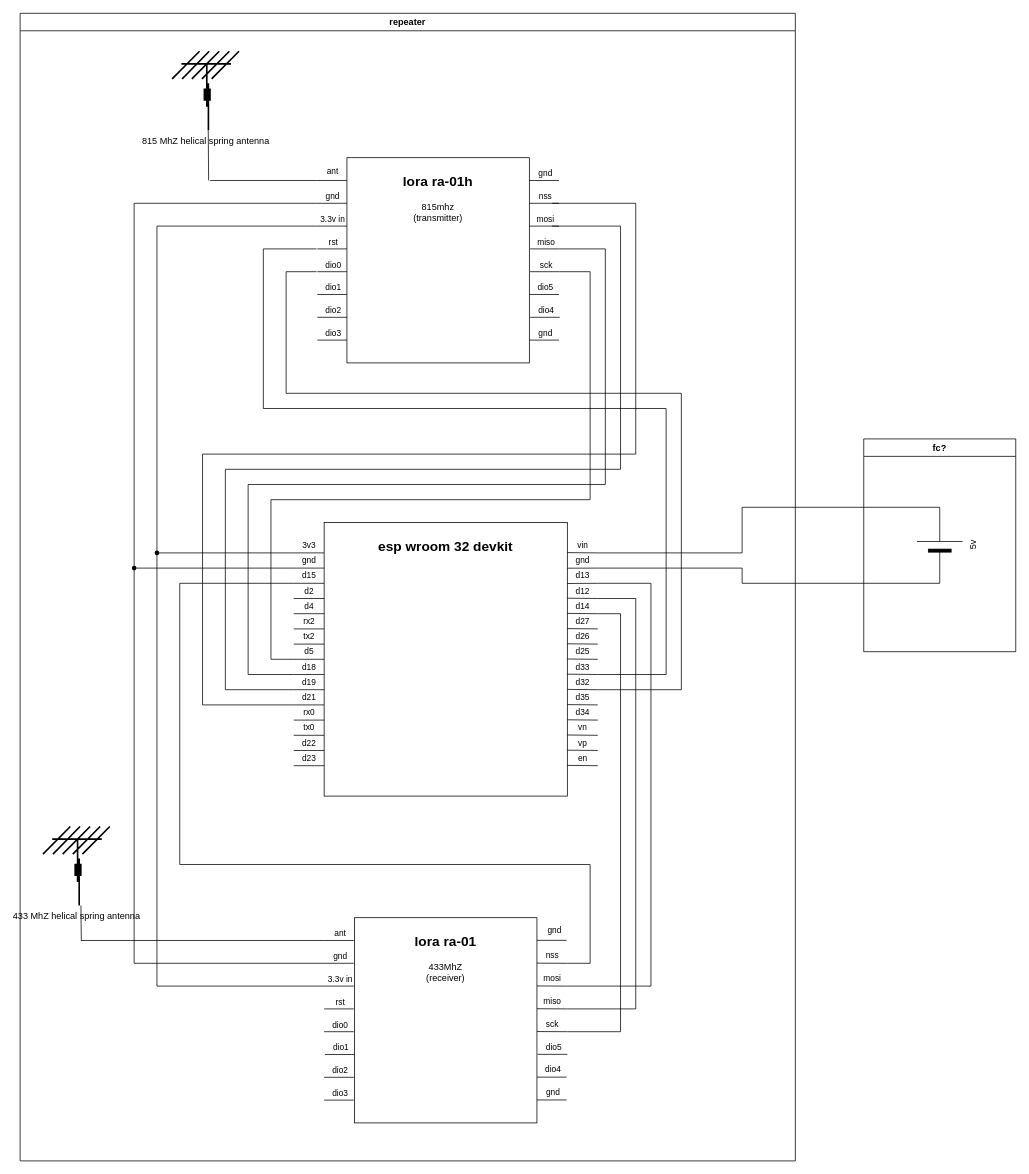
The draw.io diagram docs/repeater.drawio in Morohiko/teralink, before the edit. Source tidied: cells renumbered, new cells numbered last; positions are measured from the earlier drawing's top-left corner, leaving out a move shared by most shapes. Both pictures are drawn from the tidied source at 76%, with x=0, y=0 at pixel (20, 13).
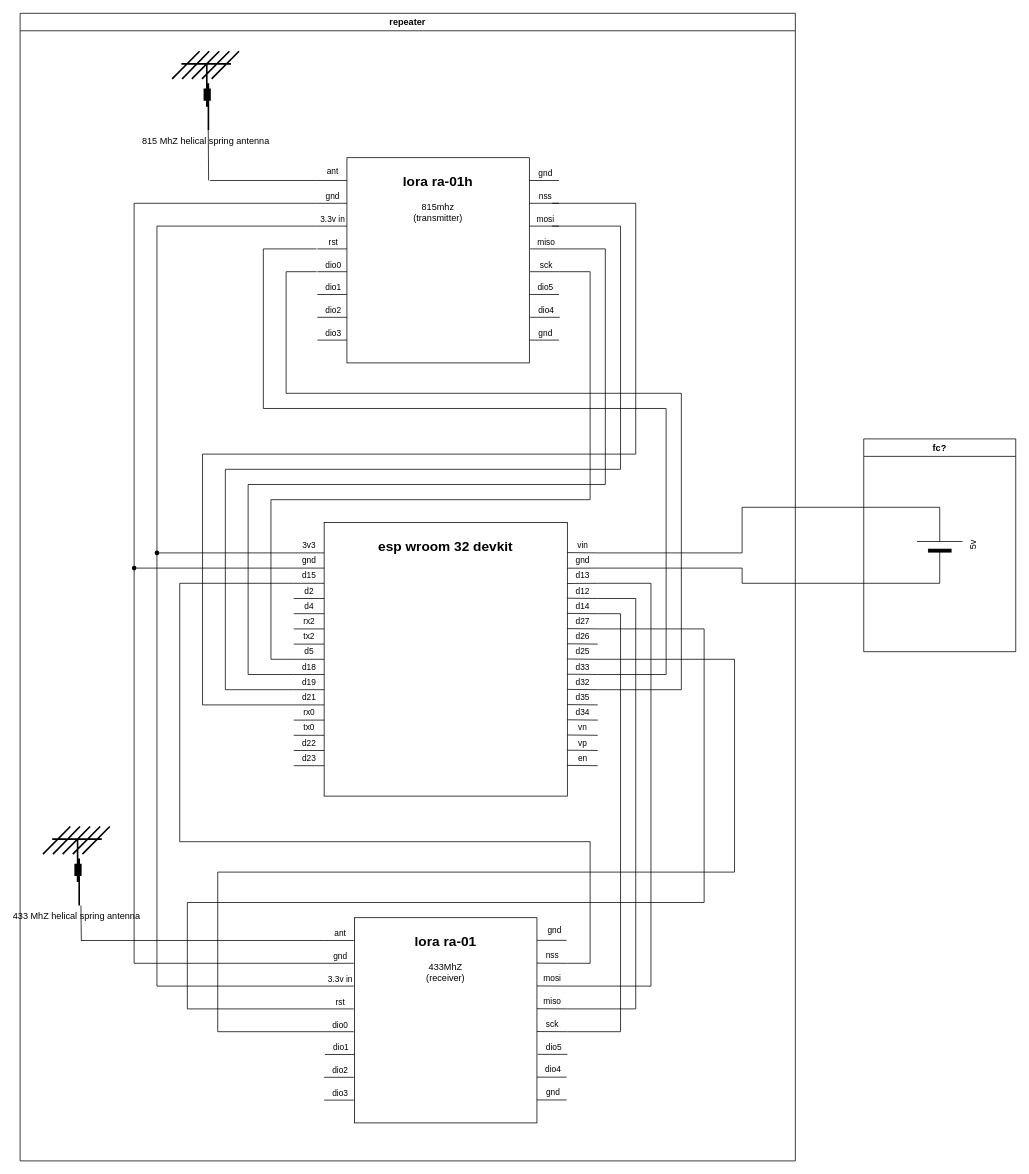
Above is the later version.

The change refers to these unchanged cells:
```xml
<mxCell id="112" value="repeater" style="swimlane;" parent="1" vertex="1">
  <mxGeometry width="1020" height="1510" as="geometry" />
</mxCell>
```

What changed in the source:
```diff
@@
     <mxCell id="123" style="endArrow=none;html=1;rounded=0;" parent="112" edge="1">
       <mxGeometry relative="1" as="geometry">
-        <mxPoint x="210" y="1120" as="sourcePoint" />
+        <mxPoint x="210" y="1090" as="sourcePoint" />
         <mxPoint x="210" y="750" as="targetPoint" />
       </mxGeometry>
     </mxCell>
     <mxCell id="124" style="endArrow=none;html=1;rounded=0;" parent="112" edge="1">
       <mxGeometry relative="1" as="geometry">
         <mxPoint x="750" y="1250" as="sourcePoint" />
-        <mxPoint x="750" y="1120" as="targetPoint" />
+        <mxPoint x="750" y="1090" as="targetPoint" />
       </mxGeometry>
     </mxCell>
@@
+    <mxCell id="173" style="endArrow=none;html=1;rounded=0;" parent="112" edge="1">
+      <mxGeometry relative="1" as="geometry">
+        <mxPoint x="220" y="1310" as="sourcePoint" />
+        <mxPoint x="400" y="1310" as="targetPoint" />
+      </mxGeometry>
+    </mxCell>
+    <mxCell id="174" style="endArrow=none;html=1;rounded=0;" parent="112" edge="1">
+      <mxGeometry relative="1" as="geometry">
+        <mxPoint x="220" y="1310" as="sourcePoint" />
+        <mxPoint x="220" y="1170" as="targetPoint" />
+      </mxGeometry>
+    </mxCell>
+    <mxCell id="153" style="endArrow=none;html=1;rounded=0;" parent="112" edge="1">
+      <mxGeometry relative="1" as="geometry">
+        <mxPoint x="210" y="1090" as="sourcePoint" />
+        <mxPoint x="750" y="1090" as="targetPoint" />
+      </mxGeometry>
+    </mxCell>
+    <mxCell id="175" style="endArrow=none;html=1;rounded=0;" parent="112" edge="1">
+      <mxGeometry relative="1" as="geometry">
+        <mxPoint x="220" y="1170" as="sourcePoint" />
+        <mxPoint x="900" y="1170" as="targetPoint" />
+      </mxGeometry>
+    </mxCell>
+    <mxCell id="176" style="endArrow=none;html=1;rounded=0;" parent="112" edge="1">
+      <mxGeometry relative="1" as="geometry">
+        <mxPoint x="260" y="1340" as="sourcePoint" />
+        <mxPoint x="260" y="1130" as="targetPoint" />
+      </mxGeometry>
+    </mxCell>
+    <mxCell id="177" style="endArrow=none;html=1;rounded=0;" parent="112" edge="1">
+      <mxGeometry relative="1" as="geometry">
+        <mxPoint x="260" y="1340" as="sourcePoint" />
+        <mxPoint x="400" y="1340" as="targetPoint" />
+      </mxGeometry>
+    </mxCell>
@@
-    <mxCell id="153" style="endArrow=none;html=1;rounded=0;" parent="1" edge="1">
-      <mxGeometry relative="1" as="geometry">
-        <mxPoint x="210" y="1120" as="sourcePoint" />
-        <mxPoint x="750" y="1120" as="targetPoint" />
-      </mxGeometry>
-    </mxCell>
@@
+    <mxCell id="178" style="endArrow=none;html=1;rounded=0;" parent="1" edge="1">
+      <mxGeometry relative="1" as="geometry">
+        <mxPoint x="900" y="810" as="sourcePoint" />
+        <mxPoint x="900" y="1170" as="targetPoint" />
+      </mxGeometry>
+    </mxCell>
+    <mxCell id="179" style="endArrow=none;html=1;rounded=0;" parent="1" edge="1">
+      <mxGeometry relative="1" as="geometry">
+        <mxPoint x="760" y="810" as="sourcePoint" />
+        <mxPoint x="900" y="810" as="targetPoint" />
+      </mxGeometry>
+    </mxCell>
+    <mxCell id="180" style="endArrow=none;html=1;rounded=0;" parent="1" edge="1">
+      <mxGeometry relative="1" as="geometry">
+        <mxPoint x="940" y="1130" as="sourcePoint" />
+        <mxPoint x="260" y="1130" as="targetPoint" />
+      </mxGeometry>
+    </mxCell>
+    <mxCell id="181" style="endArrow=none;html=1;rounded=0;" parent="1" edge="1">
+      <mxGeometry relative="1" as="geometry">
+        <mxPoint x="940" y="850" as="sourcePoint" />
+        <mxPoint x="940" y="1130" as="targetPoint" />
+      </mxGeometry>
+    </mxCell>
+    <mxCell id="182" style="endArrow=none;html=1;rounded=0;" parent="1" edge="1">
+      <mxGeometry relative="1" as="geometry">
+        <mxPoint x="940" y="850" as="sourcePoint" />
+        <mxPoint x="760" y="850" as="targetPoint" />
+      </mxGeometry>
+    </mxCell>
```
